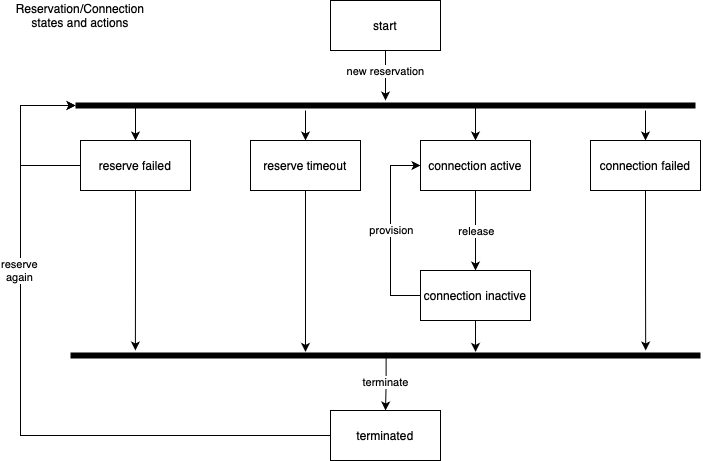
This is static/ConnectionStateAndActions.drawio.png from workfloworchestrator/nsi-aura, a draw.io export, as it was before one commit. Source tidied: cells renumbered, new cells last; positions are measured from the earlier drawing's top-left corner, leaving out a move shared by most shapes.
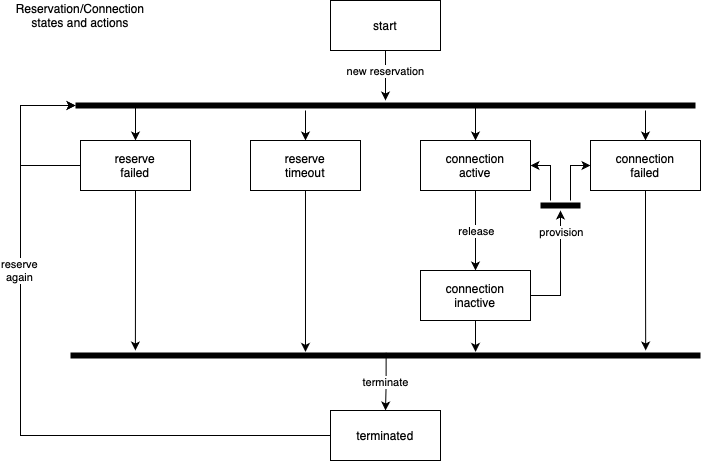
After the change.

Commit message:
update connection state and actions diagram

What changed in the source:
```diff
@@ -19,10 +19,10 @@
         <mxPoint x="2" y="2" as="offset" />
       </mxGeometry>
     </mxCell>
-    <mxCell id="7" value="connection active" style="html=1;whiteSpace=wrap;" parent="1" vertex="1">
+    <mxCell id="7" value="connection&lt;div&gt;active&lt;/div&gt;" style="html=1;whiteSpace=wrap;" parent="1" vertex="1">
       <mxGeometry x="400" y="140" width="110" height="50" as="geometry" />
     </mxCell>
-    <mxCell id="8" value="connection failed" style="html=1;whiteSpace=wrap;" parent="1" vertex="1">
+    <mxCell id="8" value="connection&lt;div&gt;failed&lt;/div&gt;" style="html=1;whiteSpace=wrap;" parent="1" vertex="1">
       <mxGeometry x="570" y="140" width="110" height="50" as="geometry" />
     </mxCell>
     <mxCell id="9" style="edgeStyle=orthogonalEdgeStyle;rounded=0;jettySize=auto;html=1;entryX=0.5;entryY=0;entryDx=0;entryDy=0;exitX=0.637;exitY=0.58;exitDx=0;exitDy=0;exitPerimeter=0;" parent="1" edge="1" source="13" target="7">
@@ -50,26 +50,13 @@
     <mxCell id="13" style="shape=line;html=1;strokeWidth=6;strokeColor=#000000;" parent="1" vertex="1">
       <mxGeometry x="55" y="100" width="620" height="10" as="geometry" />
     </mxCell>
-    <mxCell id="14" value="reserve timeout" style="html=1;whiteSpace=wrap;" parent="1" vertex="1">
+    <mxCell id="14" value="reserve&lt;div&gt;timeout&lt;/div&gt;" style="html=1;whiteSpace=wrap;" parent="1" vertex="1">
       <mxGeometry x="230" y="140" width="110" height="50" as="geometry" />
     </mxCell>
-    <mxCell id="15" value="reserve failed" style="html=1;whiteSpace=wrap;" parent="1" vertex="1">
+    <mxCell id="15" value="reserve&lt;div&gt;failed&lt;/div&gt;" style="html=1;whiteSpace=wrap;" parent="1" vertex="1">
       <mxGeometry x="60" y="140" width="110" height="50" as="geometry" />
     </mxCell>
-    <mxCell id="16" style="edgeStyle=orthogonalEdgeStyle;rounded=0;jettySize=auto;html=1;entryX=0;entryY=0.5;entryDx=0;entryDy=0;exitX=0;exitY=0.5;exitDx=0;exitDy=0;" parent="1" edge="1" source="18" target="7">
-      <mxGeometry relative="1" as="geometry">
-        <Array as="points">
-          <mxPoint x="370" y="295" />
-          <mxPoint x="370" y="165" />
-        </Array>
-      </mxGeometry>
-    </mxCell>
-    <mxCell id="17" value="provision" style="edgeLabel;html=1;align=center;verticalAlign=middle;" parent="16" vertex="1">
-      <mxGeometry x="-0.22" y="-1" relative="1" as="geometry">
-        <mxPoint x="-1" y="-21" as="offset" />
-      </mxGeometry>
-    </mxCell>
-    <mxCell id="18" value="connection inactive" style="html=1;whiteSpace=wrap;" parent="1" vertex="1">
+    <mxCell id="18" value="connection&lt;div&gt;inactive&lt;/div&gt;" style="html=1;whiteSpace=wrap;" parent="1" vertex="1">
       <mxGeometry x="400" y="270" width="110" height="50" as="geometry" />
     </mxCell>
     <mxCell id="19" style="edgeStyle=orthogonalEdgeStyle;rounded=0;jettySize=auto;html=1;entryX=0.5;entryY=0;entryDx=0;entryDy=0;exitX=0.501;exitY=0.22;exitDx=0;exitDy=0;exitPerimeter=0;" parent="1" edge="1" source="21" target="27">
@@ -120,5 +107,28 @@
     <mxCell id="30" value="Reservation/Connection states and actions" style="text;html=1;align=center;verticalAlign=middle;whiteSpace=wrap;rounded=0;" parent="1" vertex="1">
       <mxGeometry x="30" width="60" height="30" as="geometry" />
     </mxCell>
+    <mxCell id="31" style="edgeStyle=orthogonalEdgeStyle;rounded=0;jettySize=auto;html=1;entryX=1;entryY=0.5;entryDx=0;entryDy=0;" parent="1" edge="1" source="33" target="7">
+      <mxGeometry relative="1" as="geometry">
+        <Array as="points">
+          <mxPoint x="530" y="165" />
+        </Array>
+      </mxGeometry>
+    </mxCell>
+    <mxCell id="32" style="edgeStyle=orthogonalEdgeStyle;rounded=0;jettySize=auto;html=1;entryX=0;entryY=0.5;entryDx=0;entryDy=0;" parent="1" edge="1" source="33" target="8">
+      <mxGeometry relative="1" as="geometry">
+        <Array as="points">
+          <mxPoint x="550" y="165" />
+        </Array>
+      </mxGeometry>
+    </mxCell>
+    <mxCell id="33" style="shape=line;html=1;strokeWidth=6;strokeColor=#000000;" parent="1" vertex="1">
+      <mxGeometry x="520" y="200" width="40" height="10" as="geometry" />
+    </mxCell>
+    <mxCell id="34" style="edgeStyle=orthogonalEdgeStyle;rounded=0;jettySize=auto;html=1;exitX=1;exitY=0.5;exitDx=0;exitDy=0;entryX=0.5;entryY=1;entryDx=0;entryDy=0;entryPerimeter=0;" parent="1" edge="1" source="18" target="33">
+      <mxGeometry relative="1" as="geometry" />
+    </mxCell>
+    <mxCell id="17" value="provision" style="edgeLabel;html=1;align=center;verticalAlign=middle;" parent="34" vertex="1">
+      <mxGeometry x="0.63" relative="1" as="geometry" />
+    </mxCell>
   </root>
 </mxGraphModel>
```
